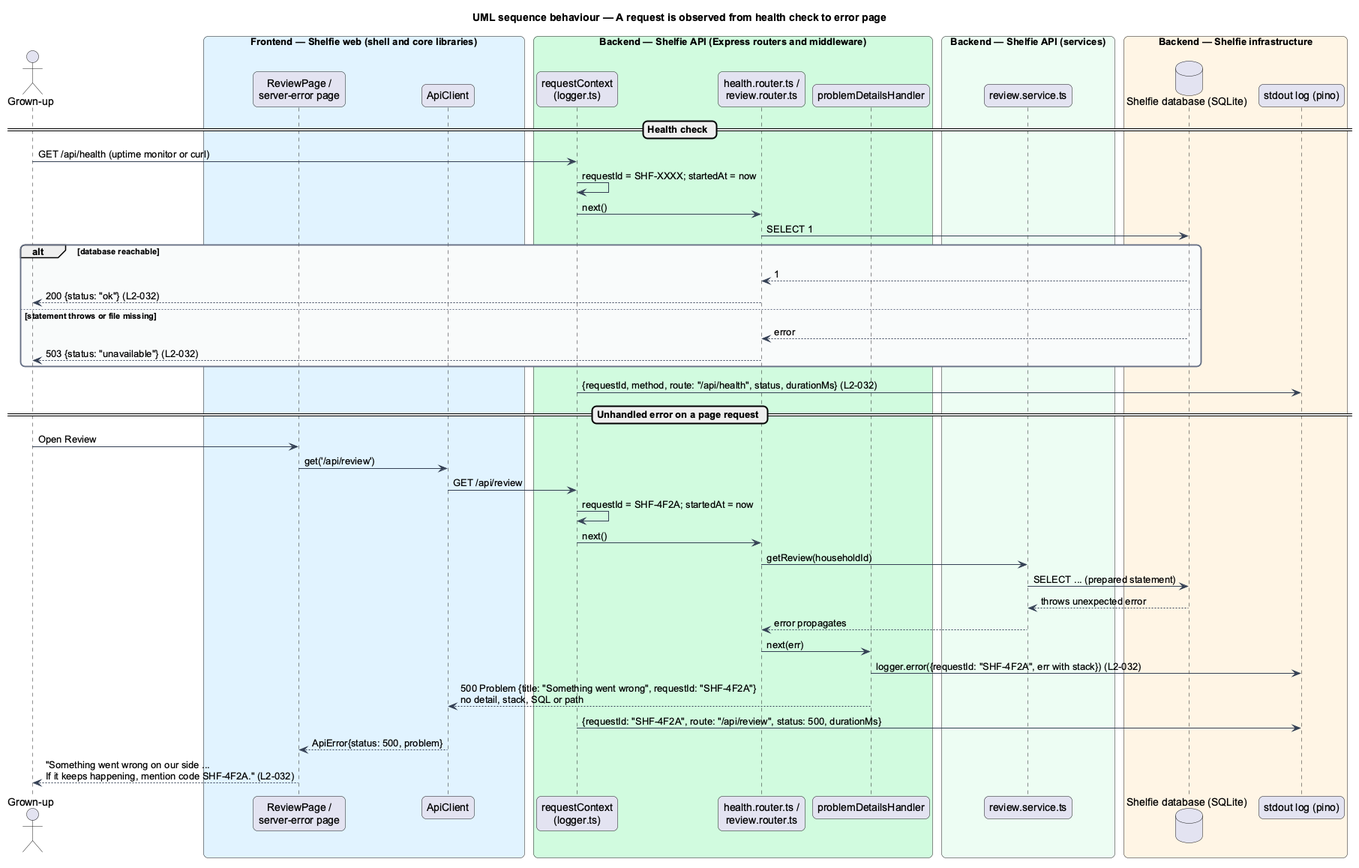
Before: docs/detailed-designs/platform/operate-service/diagrams/sequence-observe-request.png, a diagram exported from PlantUML (QuinntyneBrown/shelfie). Its diagram source:
```plantuml
@startuml
title UML sequence behaviour — A request is observed from health check to error page
skinparam backgroundColor #FFFFFF
skinparam shadowing false
skinparam roundcorner 12
skinparam defaultFontName Arial
skinparam ArrowColor #344054
skinparam rectangle {
  BorderColor #344054
  FontColor #101828
}
skinparam package {
  BorderColor #667085
  FontColor #101828
  BackgroundColor #F9FAFB
}
actor "Grown-up" as actor
box "Frontend — Shelfie web (shell and core libraries)" #E0F2FE
  participant "ReviewPage /\nserver-error page" as page
  participant "ApiClient" as client
end box
box "Backend — Shelfie API (Express routers and middleware)" #D1FADF
  participant "requestContext\n(logger.ts)" as context
  participant "health.router.ts /\nreview.router.ts" as router
  participant "problemDetailsHandler" as problem
end box
box "Backend — Shelfie API (services)" #ECFDF3
  participant "review.service.ts" as service
end box
box "Backend — Shelfie infrastructure" #FFF4E5
  database "Shelfie database (SQLite)" as db
  participant "stdout log (pino)" as log
end box

== Health check ==
actor -> context : GET /api/health (uptime monitor or curl)
context -> context : requestId = SHF-XXXX; startedAt = now
context -> router : next()
router -> db : SELECT 1
alt database reachable
  db --> router : 1
  router --> actor : 200 {status: "ok"} (L2-032)
else statement throws or file missing
  db --> router : error
  router --> actor : 503 {status: "unavailable"} (L2-032)
end
context -> log : {requestId, method, route: "/api/health", status, durationMs} (L2-032)

== Unhandled error on a page request ==
actor -> page : Open Review
page -> client : get('/api/review')
client -> context : GET /api/review
context -> context : requestId = SHF-4F2A; startedAt = now
context -> router : next()
router -> service : getReview(householdId)
service -> db : SELECT ... (prepared statement)
db --> service : throws unexpected error
service --> router : error propagates
router -> problem : next(err)
problem -> log : logger.error({requestId: "SHF-4F2A", err with stack}) (L2-032)
problem --> client : 500 Problem {title: "Something went wrong", requestId: "SHF-4F2A"}\nno detail, stack, SQL or path
context -> log : {requestId: "SHF-4F2A", route: "/api/review", status: 500, durationMs}
client --> page : ApiError{status: 500, problem}
page --> actor : "Something went wrong on our side ...\nIf it keeps happening, mention code SHF-4F2A." (L2-032)
@enduml
```
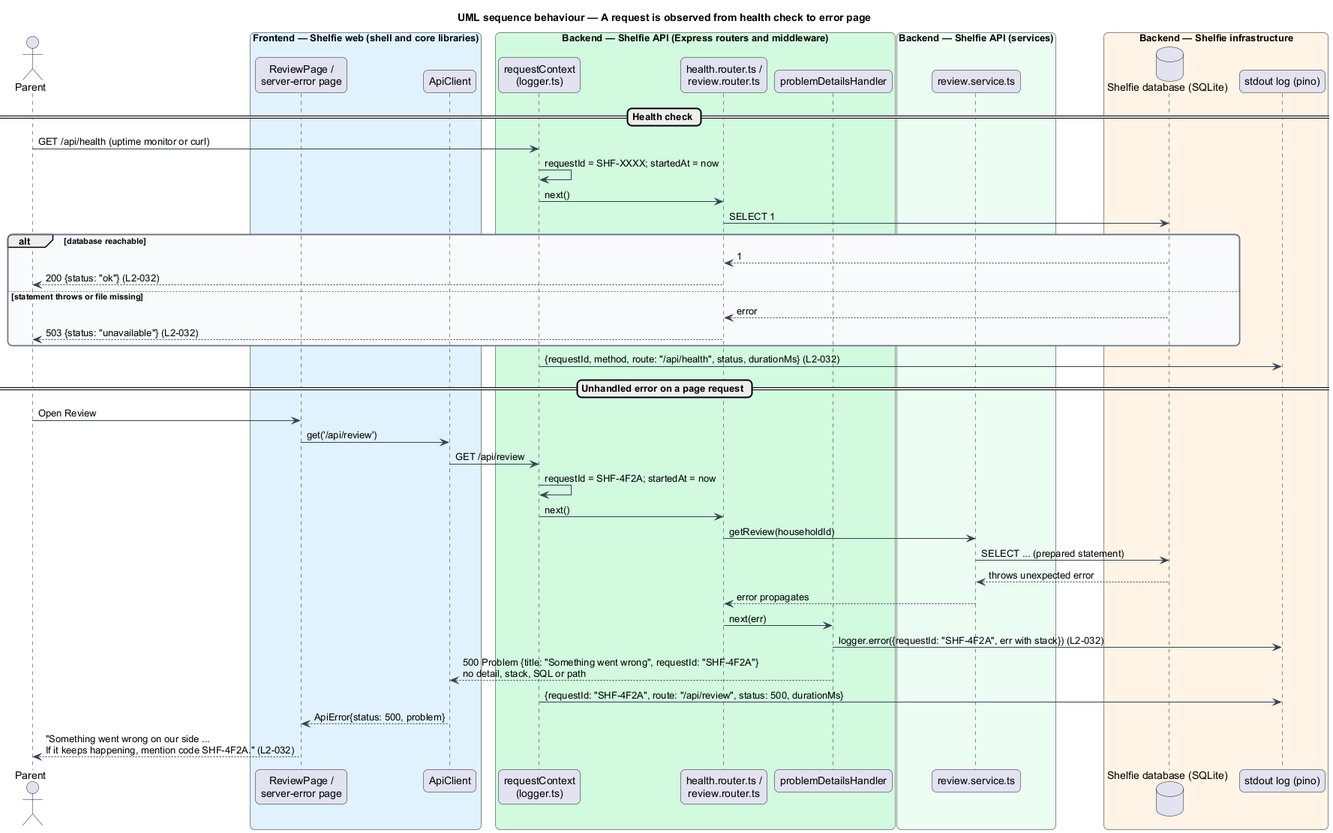
The same file after the commit.

Diff of the diagram source:
```diff
@@ -14,7 +14,7 @@
   FontColor #101828
   BackgroundColor #F9FAFB
 }
-actor "Grown-up" as actor
+actor "Parent" as actor
 box "Frontend — Shelfie web (shell and core libraries)" #E0F2FE
   participant "ReviewPage /\nserver-error page" as page
   participant "ApiClient" as client
```
